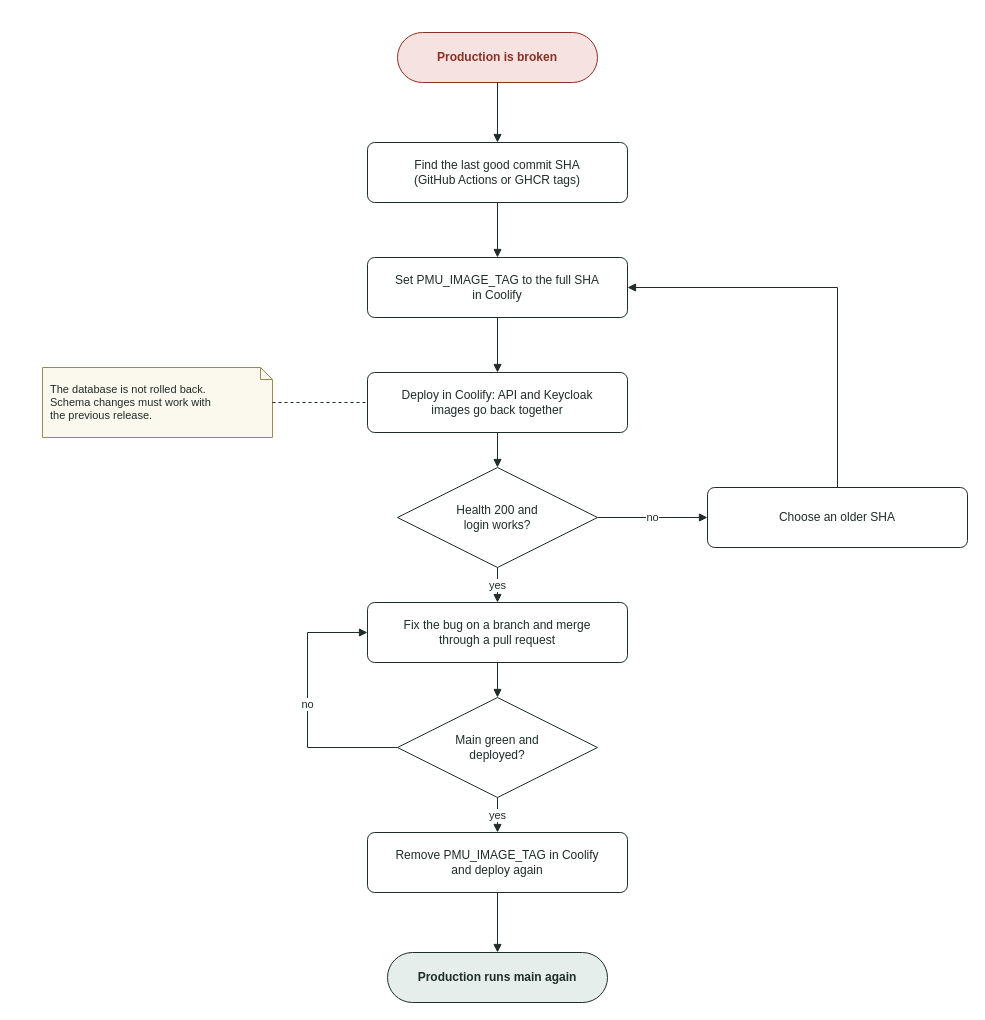
Before: docs/assets/drawio/rollback-flow.drawio in Mosekjaer/prepmeup, a draw.io diagram. Source tidied: cells renumbered, new cells numbered last; positions are measured from the earlier drawing's top-left corner, leaving out a move shared by most shapes. Both pictures are drawn from the tidied source at 100%, with x=0, y=0 at pixel (42, 32).
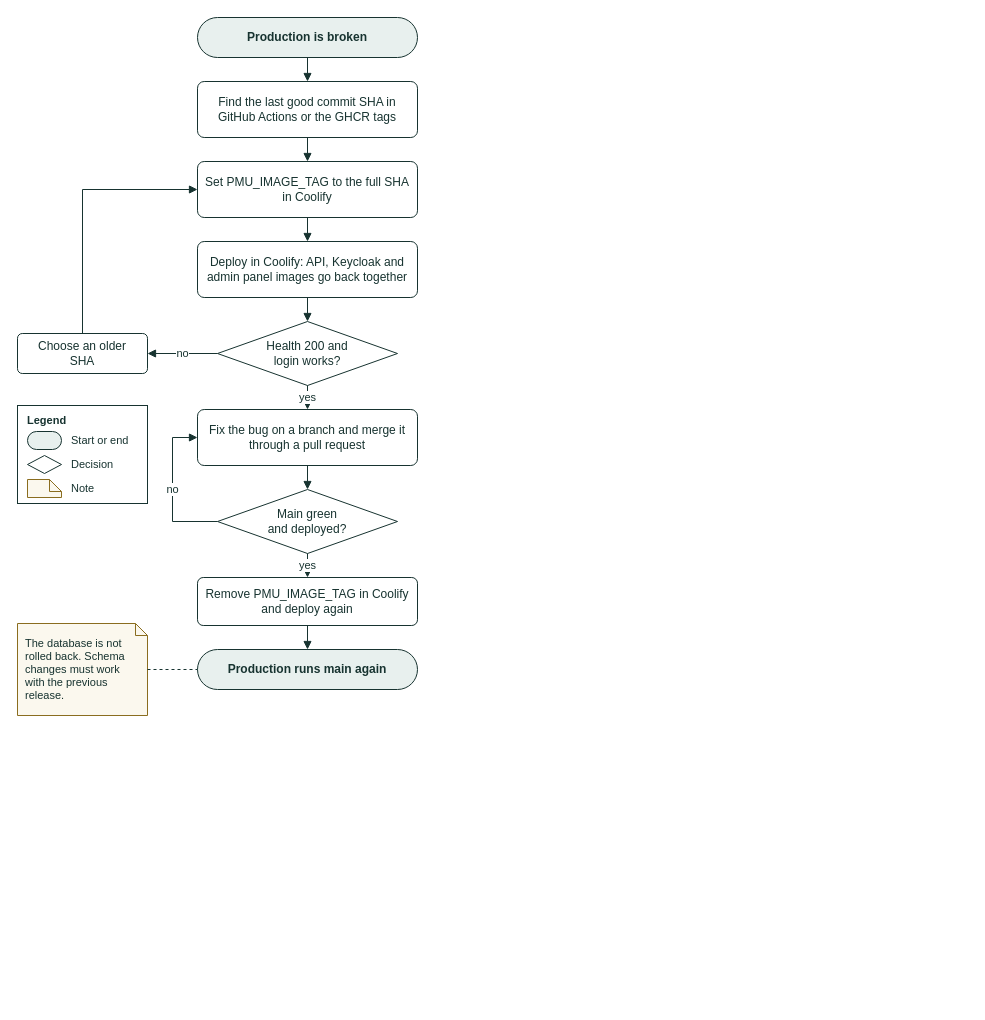
The same page after the edit.

The edit, as a diff of the source:
```diff
@@
-    <mxCell id="2" value="Production is broken" style="rounded=1;arcSize=50;whiteSpace=wrap;html=1;fillColor=#f6e3e1;strokeColor=#8a2f25;fontColor=#8a2f25;fontStyle=1;fontSize=12;" parent="1" vertex="1">
-      <mxGeometry x="355" width="200" height="50" as="geometry" />
+    <mxCell id="2" value="Production is broken" style="rounded=1;arcSize=50;whiteSpace=wrap;html=1;fillColor=#E8F0EE;strokeColor=#173330;fontColor=#173330;fontStyle=1;fontSize=12;fontFamily=Arial;" parent="1" vertex="1">
+      <mxGeometry x="155" y="-15" width="220" height="40" as="geometry" />
     </mxCell>
-    <mxCell id="3" value="Find the last good commit SHA&lt;br&gt;(GitHub Actions or GHCR tags)" style="rounded=1;arcSize=12;whiteSpace=wrap;html=1;fillColor=#ffffff;strokeColor=#1f2d2a;fontColor=#1f2d2a;fontSize=12;" parent="1" vertex="1">
-      <mxGeometry x="325" y="110" width="260" height="60" as="geometry" />
+    <mxCell id="3" value="Find the last good commit SHA in GitHub Actions or the GHCR tags" style="rounded=1;arcSize=12;whiteSpace=wrap;html=1;spacingLeft=6;spacingRight=6;fillColor=#FFFFFF;strokeColor=#173330;fontColor=#173330;fontSize=12;fontFamily=Arial;" parent="1" vertex="1">
+      <mxGeometry x="155" y="49" width="220" height="56" as="geometry" />
     </mxCell>
-    <mxCell id="4" value="Set PMU_IMAGE_TAG to the full SHA&lt;br&gt;in Coolify" style="rounded=1;arcSize=12;whiteSpace=wrap;html=1;fillColor=#ffffff;strokeColor=#1f2d2a;fontColor=#1f2d2a;fontSize=12;" parent="1" vertex="1">
-      <mxGeometry x="325" y="225" width="260" height="60" as="geometry" />
+    <mxCell id="4" value="Set PMU_IMAGE_TAG to the full SHA in Coolify" style="rounded=1;arcSize=12;whiteSpace=wrap;html=1;spacingLeft=6;spacingRight=6;fillColor=#FFFFFF;strokeColor=#173330;fontColor=#173330;fontSize=12;fontFamily=Arial;" parent="1" vertex="1">
+      <mxGeometry x="155" y="129" width="220" height="56" as="geometry" />
     </mxCell>
-    <mxCell id="5" value="Deploy in Coolify: API and Keycloak&lt;br&gt;images go back together" style="rounded=1;arcSize=12;whiteSpace=wrap;html=1;fillColor=#ffffff;strokeColor=#1f2d2a;fontColor=#1f2d2a;fontSize=12;" parent="1" vertex="1">
-      <mxGeometry x="325" y="340" width="260" height="60" as="geometry" />
+    <mxCell id="5" value="Deploy in Coolify: API, Keycloak and admin panel images go back together" style="rounded=1;arcSize=12;whiteSpace=wrap;html=1;spacingLeft=6;spacingRight=6;fillColor=#FFFFFF;strokeColor=#173330;fontColor=#173330;fontSize=12;fontFamily=Arial;" parent="1" vertex="1">
+      <mxGeometry x="155" y="209" width="220" height="56" as="geometry" />
     </mxCell>
-    <mxCell id="6" value="Health 200 and&lt;br&gt;login works?" style="rhombus;whiteSpace=wrap;html=1;fillColor=#ffffff;strokeColor=#1f2d2a;fontColor=#1f2d2a;fontSize=12;" parent="1" vertex="1">
-      <mxGeometry x="355" y="435" width="200" height="100" as="geometry" />
+    <mxCell id="6" value="Health 200 and&lt;br&gt;login works?" style="rhombus;whiteSpace=wrap;html=1;fillColor=#FFFFFF;strokeColor=#173330;fontColor=#173330;fontSize=12;fontFamily=Arial;" parent="1" vertex="1">
+      <mxGeometry x="175" y="289" width="180" height="64" as="geometry" />
     </mxCell>
-    <mxCell id="7" value="Choose an older SHA" style="rounded=1;arcSize=12;whiteSpace=wrap;html=1;fillColor=#ffffff;strokeColor=#1f2d2a;fontColor=#1f2d2a;fontSize=12;" parent="1" vertex="1">
-      <mxGeometry x="665" y="455" width="260" height="60" as="geometry" />
-    </mxCell>
-    <mxCell id="8" value="Fix the bug on a branch and merge&lt;br&gt;through a pull request" style="rounded=1;arcSize=12;whiteSpace=wrap;html=1;fillColor=#ffffff;strokeColor=#1f2d2a;fontColor=#1f2d2a;fontSize=12;" parent="1" vertex="1">
-      <mxGeometry x="325" y="570" width="260" height="60" as="geometry" />
+    <mxCell id="8" value="Fix the bug on a branch and merge it through a pull request" style="rounded=1;arcSize=12;whiteSpace=wrap;html=1;spacingLeft=6;spacingRight=6;fillColor=#FFFFFF;strokeColor=#173330;fontColor=#173330;fontSize=12;fontFamily=Arial;" parent="1" vertex="1">
+      <mxGeometry x="155" y="377" width="220" height="56" as="geometry" />
     </mxCell>
-    <mxCell id="9" value="Main green and&lt;br&gt;deployed?" style="rhombus;whiteSpace=wrap;html=1;fillColor=#ffffff;strokeColor=#1f2d2a;fontColor=#1f2d2a;fontSize=12;" parent="1" vertex="1">
-      <mxGeometry x="355" y="665" width="200" height="100" as="geometry" />
+    <mxCell id="9" value="Main green&lt;br&gt;and deployed?" style="rhombus;whiteSpace=wrap;html=1;fillColor=#FFFFFF;strokeColor=#173330;fontColor=#173330;fontSize=12;fontFamily=Arial;" parent="1" vertex="1">
+      <mxGeometry x="175" y="457" width="180" height="64" as="geometry" />
     </mxCell>
-    <mxCell id="10" value="Remove PMU_IMAGE_TAG in Coolify&lt;br&gt;and deploy again" style="rounded=1;arcSize=12;whiteSpace=wrap;html=1;fillColor=#ffffff;strokeColor=#1f2d2a;fontColor=#1f2d2a;fontSize=12;" parent="1" vertex="1">
-      <mxGeometry x="325" y="800" width="260" height="60" as="geometry" />
+    <mxCell id="10" value="Remove PMU_IMAGE_TAG in Coolify and deploy again" style="rounded=1;arcSize=12;whiteSpace=wrap;html=1;spacingLeft=6;spacingRight=6;fillColor=#FFFFFF;strokeColor=#173330;fontColor=#173330;fontSize=12;fontFamily=Arial;" parent="1" vertex="1">
+      <mxGeometry x="155" y="545" width="220" height="48" as="geometry" />
     </mxCell>
-    <mxCell id="11" value="Production runs main again" style="rounded=1;arcSize=50;whiteSpace=wrap;html=1;fillColor=#e6eeeb;strokeColor=#1f2d2a;fontColor=#1f2d2a;fontStyle=1;fontSize=12;" parent="1" vertex="1">
-      <mxGeometry x="345" y="920" width="220" height="50" as="geometry" />
+    <mxCell id="11" value="Production runs main again" style="rounded=1;arcSize=50;whiteSpace=wrap;html=1;fillColor=#E8F0EE;strokeColor=#173330;fontColor=#173330;fontStyle=1;fontSize=12;fontFamily=Arial;" parent="1" vertex="1">
+      <mxGeometry x="155" y="617" width="220" height="40" as="geometry" />
     </mxCell>
+    <mxCell id="7" value="Choose an older SHA" style="rounded=1;arcSize=12;whiteSpace=wrap;html=1;spacingLeft=6;spacingRight=6;fillColor=#FFFFFF;strokeColor=#173330;fontColor=#173330;fontSize=12;fontFamily=Arial;" parent="1" vertex="1">
+      <mxGeometry x="-25" y="301" width="130" height="40" as="geometry" />
+    </mxCell>
+    <mxCell id="25" value="Legend" style="rounded=0;whiteSpace=wrap;html=1;fillColor=#FFFFFF;strokeColor=#173330;fontColor=#173330;verticalAlign=top;align=left;spacingLeft=8;spacingTop=2;fontStyle=1;fontSize=11;fontFamily=Arial;" parent="1" vertex="1">
+      <mxGeometry x="-25" y="373" width="130" height="98" as="geometry" />
+    </mxCell>
+    <mxCell id="26" style="rounded=1;arcSize=50;whiteSpace=wrap;html=1;fillColor=#E8F0EE;strokeColor=#173330;fontColor=#173330;fontStyle=1;fontSize=12;fontFamily=Arial;" parent="25" vertex="1">
+      <mxGeometry x="10" y="26" width="34" height="18" as="geometry" />
+    </mxCell>
+    <mxCell id="27" value="Start or end" style="text;html=1;align=left;verticalAlign=middle;whiteSpace=wrap;fontColor=#173330;fontSize=11;fontFamily=Arial;" parent="25" vertex="1">
+      <mxGeometry x="52" y="25" width="72" height="20" as="geometry" />
+    </mxCell>
+    <mxCell id="28" style="rhombus;whiteSpace=wrap;html=1;fillColor=#FFFFFF;strokeColor=#173330;fontColor=#173330;fontSize=12;fontFamily=Arial;" parent="25" vertex="1">
+      <mxGeometry x="10" y="50" width="34" height="18" as="geometry" />
+    </mxCell>
+    <mxCell id="29" value="Decision" style="text;html=1;align=left;verticalAlign=middle;whiteSpace=wrap;fontColor=#173330;fontSize=11;fontFamily=Arial;" parent="25" vertex="1">
+      <mxGeometry x="52" y="49" width="72" height="20" as="geometry" />
+    </mxCell>
+    <mxCell id="30" style="shape=note;size=12;whiteSpace=wrap;html=1;align=left;verticalAlign=middle;spacingLeft=6;spacingRight=6;fillColor=#FBF8EE;strokeColor=#8A6D1F;fontColor=#173330;fontSize=11;fontFamily=Arial;" parent="25" vertex="1">
+      <mxGeometry x="10" y="74" width="34" height="18" as="geometry" />
+    </mxCell>
+    <mxCell id="31" value="Note" style="text;html=1;align=left;verticalAlign=middle;whiteSpace=wrap;fontColor=#173330;fontSize=11;fontFamily=Arial;" parent="25" vertex="1">
+      <mxGeometry x="52" y="73" width="72" height="20" as="geometry" />
+    </mxCell>
-    <mxCell id="12" value="The database is not rolled back.&lt;br&gt;Schema changes must work with&lt;br&gt;the previous release." style="shape=note;size=12;whiteSpace=wrap;html=1;fillColor=#fbf8ee;strokeColor=#9a8a55;fontColor=#1f2d2a;fontSize=11;align=left;spacingLeft=6;" parent="1" vertex="1">
-      <mxGeometry y="335" width="230" height="70" as="geometry" />
+    <mxCell id="12" value="The database is not rolled back. Schema changes must work with the previous release." style="shape=note;size=12;whiteSpace=wrap;html=1;align=left;verticalAlign=middle;spacingLeft=6;spacingRight=6;fillColor=#FBF8EE;strokeColor=#8A6D1F;fontColor=#173330;fontSize=11;fontFamily=Arial;" parent="1" vertex="1">
+      <mxGeometry x="-25" y="591" width="130" height="92" as="geometry" />
     </mxCell>
-    <mxCell id="13" style="edgeStyle=orthogonalEdgeStyle;rounded=0;html=1;strokeColor=#1f2d2a;endArrow=block;endFill=1;fontSize=11;fontColor=#1f2d2a;labelBackgroundColor=#ffffff;" parent="1" edge="1" source="2" target="3">
+    <mxCell id="13" style="edgeStyle=orthogonalEdgeStyle;rounded=0;html=1;strokeColor=#173330;endArrow=block;endFill=1;fontSize=11;fontColor=#173330;labelBackgroundColor=#FFFFFF;fontFamily=Arial;exitX=0.5;exitY=1;exitDx=0;exitDy=0;entryX=0.5;entryY=0;entryDx=0;entryDy=0;" parent="1" edge="1" source="2" target="3">
       <mxGeometry relative="1" as="geometry" />
     </mxCell>
-    <mxCell id="14" style="edgeStyle=orthogonalEdgeStyle;rounded=0;html=1;strokeColor=#1f2d2a;endArrow=block;endFill=1;fontSize=11;fontColor=#1f2d2a;labelBackgroundColor=#ffffff;" parent="1" edge="1" source="3" target="4">
+    <mxCell id="14" style="edgeStyle=orthogonalEdgeStyle;rounded=0;html=1;strokeColor=#173330;endArrow=block;endFill=1;fontSize=11;fontColor=#173330;labelBackgroundColor=#FFFFFF;fontFamily=Arial;exitX=0.5;exitY=1;exitDx=0;exitDy=0;entryX=0.5;entryY=0;entryDx=0;entryDy=0;" parent="1" edge="1" source="3" target="4">
       <mxGeometry relative="1" as="geometry" />
     </mxCell>
-    <mxCell id="15" style="edgeStyle=orthogonalEdgeStyle;rounded=0;html=1;strokeColor=#1f2d2a;endArrow=block;endFill=1;fontSize=11;fontColor=#1f2d2a;labelBackgroundColor=#ffffff;" parent="1" edge="1" source="4" target="5">
+    <mxCell id="15" style="edgeStyle=orthogonalEdgeStyle;rounded=0;html=1;strokeColor=#173330;endArrow=block;endFill=1;fontSize=11;fontColor=#173330;labelBackgroundColor=#FFFFFF;fontFamily=Arial;exitX=0.5;exitY=1;exitDx=0;exitDy=0;entryX=0.5;entryY=0;entryDx=0;entryDy=0;" parent="1" edge="1" source="4" target="5">
       <mxGeometry relative="1" as="geometry" />
     </mxCell>
-    <mxCell id="16" style="edgeStyle=orthogonalEdgeStyle;rounded=0;html=1;strokeColor=#1f2d2a;endArrow=block;endFill=1;fontSize=11;fontColor=#1f2d2a;labelBackgroundColor=#ffffff;" parent="1" edge="1" source="5" target="6">
+    <mxCell id="16" style="edgeStyle=orthogonalEdgeStyle;rounded=0;html=1;strokeColor=#173330;endArrow=block;endFill=1;fontSize=11;fontColor=#173330;labelBackgroundColor=#FFFFFF;fontFamily=Arial;exitX=0.5;exitY=1;exitDx=0;exitDy=0;entryX=0.5;entryY=0;entryDx=0;entryDy=0;" parent="1" edge="1" source="5" target="6">
       <mxGeometry relative="1" as="geometry" />
     </mxCell>
-    <mxCell id="17" value="yes" style="edgeStyle=orthogonalEdgeStyle;rounded=0;html=1;strokeColor=#1f2d2a;endArrow=block;endFill=1;fontSize=11;fontColor=#1f2d2a;labelBackgroundColor=#ffffff;" parent="1" edge="1" source="6" target="8">
+    <mxCell id="17" value="yes" style="edgeStyle=orthogonalEdgeStyle;rounded=0;html=1;strokeColor=#173330;endArrow=block;endFill=1;fontSize=11;fontColor=#173330;labelBackgroundColor=#FFFFFF;fontFamily=Arial;exitX=0.5;exitY=1;exitDx=0;exitDy=0;entryX=0.5;entryY=0;entryDx=0;entryDy=0;" parent="1" edge="1" source="6" target="8">
       <mxGeometry relative="1" as="geometry" />
     </mxCell>
-    <mxCell id="18" value="no" style="edgeStyle=orthogonalEdgeStyle;rounded=0;html=1;strokeColor=#1f2d2a;endArrow=block;endFill=1;fontSize=11;fontColor=#1f2d2a;labelBackgroundColor=#ffffff;exitX=1;exitY=0.5;exitDx=0;exitDy=0;entryX=0;entryY=0.5;entryDx=0;entryDy=0;" parent="1" edge="1" source="6" target="7">
+    <mxCell id="18" value="no" style="edgeStyle=orthogonalEdgeStyle;rounded=0;html=1;strokeColor=#173330;endArrow=block;endFill=1;fontSize=11;fontColor=#173330;labelBackgroundColor=#FFFFFF;fontFamily=Arial;exitX=0;exitY=0.5;exitDx=0;exitDy=0;entryX=1;entryY=0.5;entryDx=0;entryDy=0;" parent="1" edge="1" source="6" target="7">
       <mxGeometry relative="1" as="geometry" />
     </mxCell>
-    <mxCell id="19" style="edgeStyle=orthogonalEdgeStyle;rounded=0;html=1;strokeColor=#1f2d2a;endArrow=block;endFill=1;fontSize=11;fontColor=#1f2d2a;labelBackgroundColor=#ffffff;exitX=0.5;exitY=0;exitDx=0;exitDy=0;entryX=1;entryY=0.5;entryDx=0;entryDy=0;" parent="1" edge="1" source="7" target="4">
+    <mxCell id="19" style="edgeStyle=orthogonalEdgeStyle;rounded=0;html=1;strokeColor=#173330;endArrow=block;endFill=1;fontSize=11;fontColor=#173330;labelBackgroundColor=#FFFFFF;fontFamily=Arial;exitX=0.5;exitY=0;exitDx=0;exitDy=0;entryX=0;entryY=0.5;entryDx=0;entryDy=0;" parent="1" edge="1" source="7" target="4">
       <mxGeometry relative="1" as="geometry">
         <Array as="points">
-          <mxPoint x="795" y="255" />
+          <mxPoint x="40" y="157" />
         </Array>
       </mxGeometry>
     </mxCell>
-    <mxCell id="20" style="edgeStyle=orthogonalEdgeStyle;rounded=0;html=1;strokeColor=#1f2d2a;endArrow=block;endFill=1;fontSize=11;fontColor=#1f2d2a;labelBackgroundColor=#ffffff;" parent="1" edge="1" source="8" target="9">
+    <mxCell id="20" style="edgeStyle=orthogonalEdgeStyle;rounded=0;html=1;strokeColor=#173330;endArrow=block;endFill=1;fontSize=11;fontColor=#173330;labelBackgroundColor=#FFFFFF;fontFamily=Arial;exitX=0.5;exitY=1;exitDx=0;exitDy=0;entryX=0.5;entryY=0;entryDx=0;entryDy=0;" parent="1" edge="1" source="8" target="9">
       <mxGeometry relative="1" as="geometry" />
     </mxCell>
-    <mxCell id="21" value="yes" style="edgeStyle=orthogonalEdgeStyle;rounded=0;html=1;strokeColor=#1f2d2a;endArrow=block;endFill=1;fontSize=11;fontColor=#1f2d2a;labelBackgroundColor=#ffffff;" parent="1" edge="1" source="9" target="10">
+    <mxCell id="21" value="yes" style="edgeStyle=orthogonalEdgeStyle;rounded=0;html=1;strokeColor=#173330;endArrow=block;endFill=1;fontSize=11;fontColor=#173330;labelBackgroundColor=#FFFFFF;fontFamily=Arial;exitX=0.5;exitY=1;exitDx=0;exitDy=0;entryX=0.5;entryY=0;entryDx=0;entryDy=0;" parent="1" edge="1" source="9" target="10">
       <mxGeometry relative="1" as="geometry" />
     </mxCell>
-    <mxCell id="22" value="no" style="edgeStyle=orthogonalEdgeStyle;rounded=0;html=1;strokeColor=#1f2d2a;endArrow=block;endFill=1;fontSize=11;fontColor=#1f2d2a;labelBackgroundColor=#ffffff;exitX=0;exitY=0.5;exitDx=0;exitDy=0;entryX=0;entryY=0.5;entryDx=0;entryDy=0;" parent="1" edge="1" source="9" target="8">
+    <mxCell id="22" value="no" style="edgeStyle=orthogonalEdgeStyle;rounded=0;html=1;strokeColor=#173330;endArrow=block;endFill=1;fontSize=11;fontColor=#173330;labelBackgroundColor=#FFFFFF;fontFamily=Arial;exitX=0;exitY=0.5;exitDx=0;exitDy=0;entryX=0;entryY=0.5;entryDx=0;entryDy=0;" parent="1" edge="1" source="9" target="8">
       <mxGeometry relative="1" as="geometry">
         <Array as="points">
-          <mxPoint x="265" y="715" />
-          <mxPoint x="265" y="600" />
+          <mxPoint x="130" y="489" />
+          <mxPoint x="130" y="405" />
         </Array>
       </mxGeometry>
     </mxCell>
-    <mxCell id="23" style="edgeStyle=orthogonalEdgeStyle;rounded=0;html=1;strokeColor=#1f2d2a;endArrow=block;endFill=1;fontSize=11;fontColor=#1f2d2a;labelBackgroundColor=#ffffff;" parent="1" edge="1" source="10" target="11">
+    <mxCell id="23" style="edgeStyle=orthogonalEdgeStyle;rounded=0;html=1;strokeColor=#173330;endArrow=block;endFill=1;fontSize=11;fontColor=#173330;labelBackgroundColor=#FFFFFF;fontFamily=Arial;exitX=0.5;exitY=1;exitDx=0;exitDy=0;entryX=0.5;entryY=0;entryDx=0;entryDy=0;" parent="1" edge="1" source="10" target="11">
       <mxGeometry relative="1" as="geometry" />
     </mxCell>
-    <mxCell id="24" style="edgeStyle=orthogonalEdgeStyle;rounded=0;html=1;strokeColor=#1f2d2a;endArrow=block;endFill=1;fontSize=11;fontColor=#1f2d2a;labelBackgroundColor=#ffffff;dashed=1;endArrow=none;" parent="1" edge="1" source="12" target="5">
+    <mxCell id="24" style="edgeStyle=none;html=1;strokeColor=#173330;dashed=1;endArrow=none;fontFamily=Arial;exitX=1;exitY=0.5;exitDx=0;exitDy=0;entryX=0;entryY=0.5;entryDx=0;entryDy=0;" parent="1" edge="1" source="12" target="11">
       <mxGeometry relative="1" as="geometry" />
     </mxCell>
```
